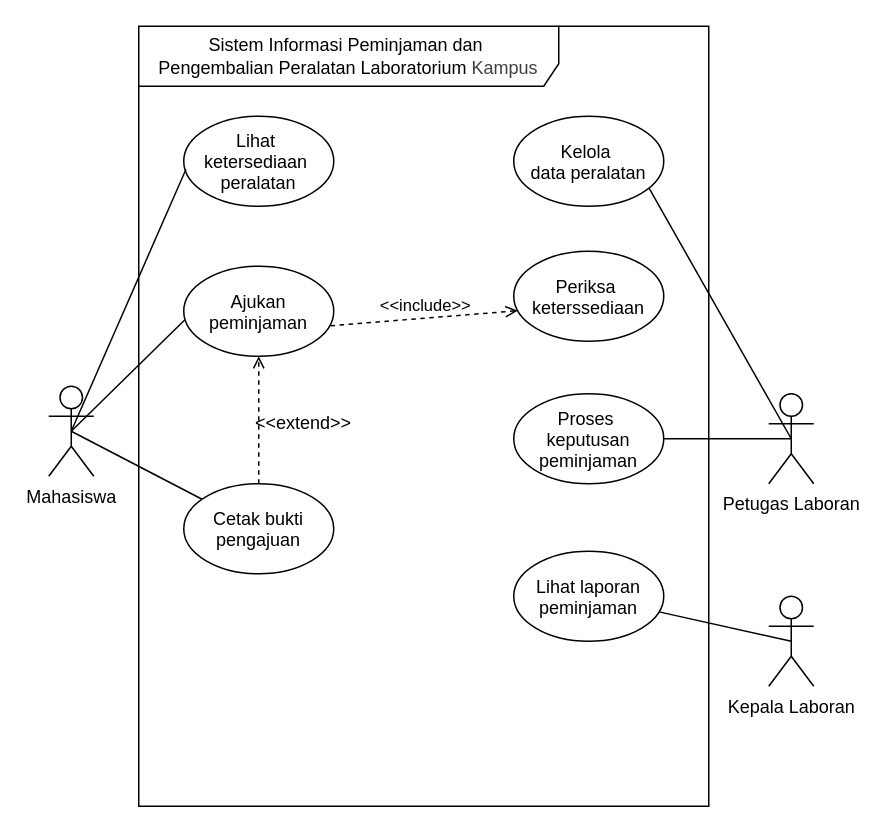
Earlier version of the draw.io diagram 03_latihan_tools/P03/LAB/P03_2406123_LAB_notasi_usecase_v01.drawio (LilCasyaa/IFRWP5149_2406123_LabAlat). Source tidied: cells renumbered, new cells numbered last; positions are measured from the earlier drawing's top-left corner, leaving out a move shared by most shapes. Both pictures are drawn from the tidied source at 150%, with x=0, y=0 at pixel (48, 26).
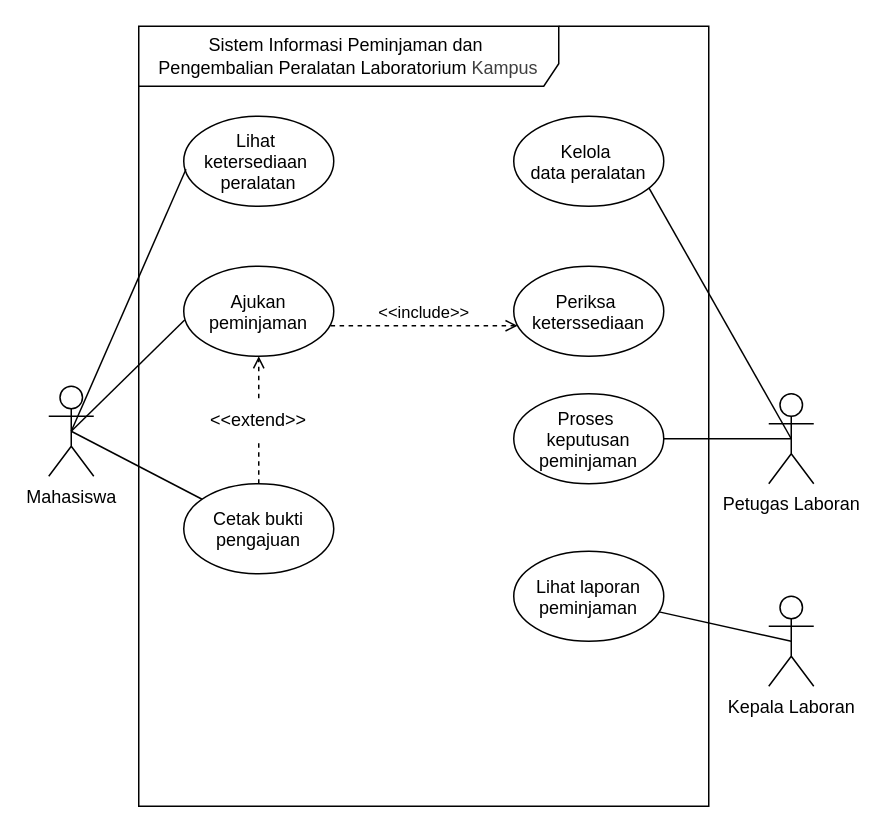
After the change.

The change refers to these unchanged cells:
```xml
<mxCell id="2" value="&lt;div style=&quot;&quot;&gt;&lt;span style=&quot;background-color: transparent;&quot;&gt;Sistem Informasi Peminjaman dan&amp;nbsp;&lt;/span&gt;&lt;/div&gt;&lt;div style=&quot;&quot;&gt;&lt;span style=&quot;background-color: transparent;&quot;&gt;Pengembalian Peralatan Laboratorium&amp;nbsp;&lt;/span&gt;&lt;span style=&quot;background-color: transparent; color: rgb(63, 63, 63);&quot;&gt;Kampus&lt;/span&gt;&lt;/div&gt;" style="shape=umlFrame;whiteSpace=wrap;html=1;width=280;height=40;align=center;" parent="1" vertex="1">
  <mxGeometry x="60" width="380" height="520" as="geometry" />
</mxCell>
<mxCell id="4" value="Cetak bukti&#10;pengajuan" style="ellipse;" parent="2" vertex="1">
  <mxGeometry x="30" y="305" width="100" height="60" as="geometry" />
</mxCell>
<mxCell id="7" value="Ajukan &#10;peminjaman" style="ellipse;" parent="2" vertex="1">
  <mxGeometry x="30" y="160" width="100" height="60" as="geometry" />
</mxCell>
```

Diff of the diagram source:
```diff
@@
-    <mxCell id="3" style="edgeStyle=none;html=1;endArrow=open;endFill=0;dashed=1;" parent="2" edge="1" source="4" target="7">
+    <mxCell id="3" style="edgeStyle=none;html=1;endArrow=open;endFill=0;dashed=1;" parent="2" edge="1" source="11" target="7">
       <mxGeometry relative="1" as="geometry" />
     </mxCell>
@@
     <mxCell id="6" value="Periksa &#10;keterssediaan" style="ellipse;" parent="2" vertex="1">
-      <mxGeometry x="250" y="150" width="100" height="60" as="geometry" />
+      <mxGeometry x="250" y="160" width="100" height="60" as="geometry" />
     </mxCell>
@@
+    <mxCell id="12" value="&amp;lt;&amp;lt;include&amp;gt;&amp;gt;" style="html=1;verticalAlign=bottom;labelBackgroundColor=none;endArrow=open;endFill=0;dashed=1;exitX=0.979;exitY=0.661;exitDx=0;exitDy=0;exitPerimeter=0;entryX=0.026;entryY=0.661;entryDx=0;entryDy=0;entryPerimeter=0;" parent="2" edge="1" source="7" target="6">
+      <mxGeometry relative="1" as="geometry" />
+    </mxCell>
+    <mxCell id="22" style="edgeStyle=none;html=1;endArrow=none;endFill=0;dashed=1;" parent="2" edge="1" source="4" target="11">
+      <mxGeometry relative="1" as="geometry" />
+    </mxCell>
     <mxCell id="11" value="&amp;lt;&amp;lt;extend&amp;gt;&amp;gt;" style="text;html=1;whiteSpace=wrap;strokeColor=none;fillColor=none;align=center;verticalAlign=middle;rounded=0;" parent="2" vertex="1">
-      <mxGeometry x="80" y="250" width="60" height="30" as="geometry" />
+      <mxGeometry x="50" y="248" width="60" height="30" as="geometry" />
     </mxCell>
-    <mxCell id="12" value="&amp;lt;&amp;lt;include&amp;gt;&amp;gt;" style="html=1;verticalAlign=bottom;labelBackgroundColor=none;endArrow=open;endFill=0;dashed=1;exitX=0.979;exitY=0.661;exitDx=0;exitDy=0;exitPerimeter=0;entryX=0.026;entryY=0.661;entryDx=0;entryDy=0;entryPerimeter=0;" parent="2" edge="1" source="7" target="6">
-      <mxGeometry relative="1" as="geometry" />
-    </mxCell>
```
